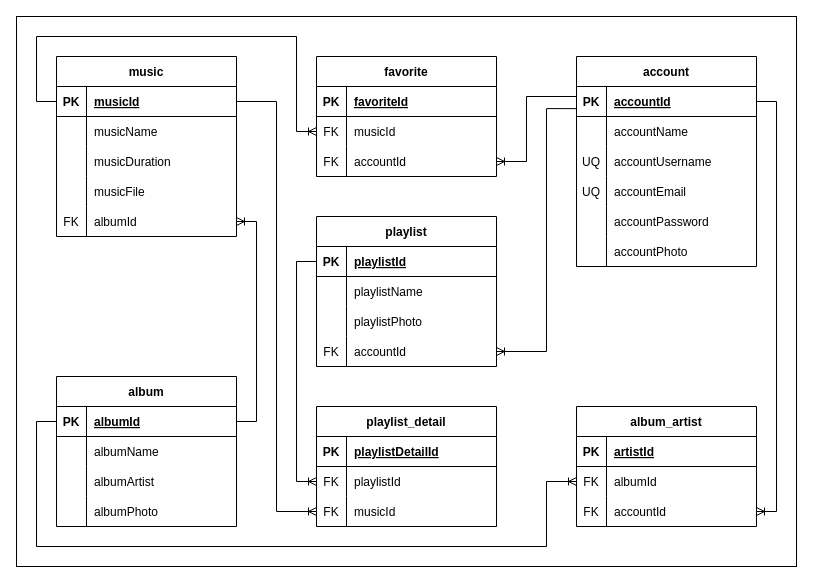
Earlier version of the draw.io diagram config/nuberjam_erd.drawio (Nub-en-Nuber/NuberJam-Backend). Source tidied: cells renumbered, new cells numbered last; positions are measured from the earlier drawing's top-left corner, leaving out a move shared by most shapes. Both pictures are drawn from the tidied source at 100%, with x=0, y=0 at pixel (16, 16).
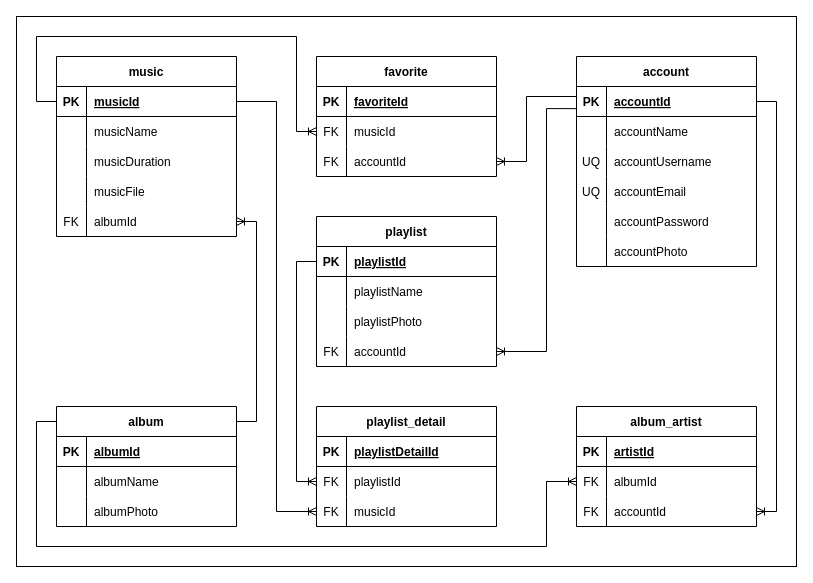
The same diagram, later.

Commit message (it also covers changes not shown here):
refactor(general) : MP-104 Update SQL and ERD

What changed in the source:
```diff
@@
     <mxCell id="76" value="album" style="shape=table;startSize=30;childLayout=tableLayout;rowLines=0;fontStyle=1;align=center;" parent="1" vertex="1">
-      <mxGeometry x="40" y="360" width="180" height="150" as="geometry" />
+      <mxGeometry x="40" y="390" width="180" height="120" as="geometry" />
     </mxCell>
@@
-    <mxCell id="83" style="shape=tableRow;horizontal=0;startSize=0;swimlaneHead=0;swimlaneBody=0;fillColor=none;top=0;left=0;right=0;bottom=0;" parent="76" vertex="1">
-      <mxGeometry y="90" width="180" height="30" as="geometry" />
-    </mxCell>
-    <mxCell id="84" style="shape=partialRectangle;fillColor=none;top=0;left=0;bottom=0;right=0;overflow=hidden;" parent="83" vertex="1">
-      <mxGeometry width="30" height="30" as="geometry" />
-    </mxCell>
-    <mxCell id="85" value="albumArtist" style="shape=partialRectangle;fillColor=none;top=0;left=0;bottom=0;right=0;align=left;spacingLeft=6;overflow=hidden;" parent="83" vertex="1">
-      <mxGeometry x="30" width="150" height="30" as="geometry" />
-    </mxCell>
     <mxCell id="86" style="shape=tableRow;horizontal=0;startSize=0;swimlaneHead=0;swimlaneBody=0;fillColor=none;top=0;left=0;right=0;bottom=0;" parent="76" vertex="1">
-      <mxGeometry y="120" width="180" height="30" as="geometry" />
+      <mxGeometry y="90" width="180" height="30" as="geometry" />
     </mxCell>
```
